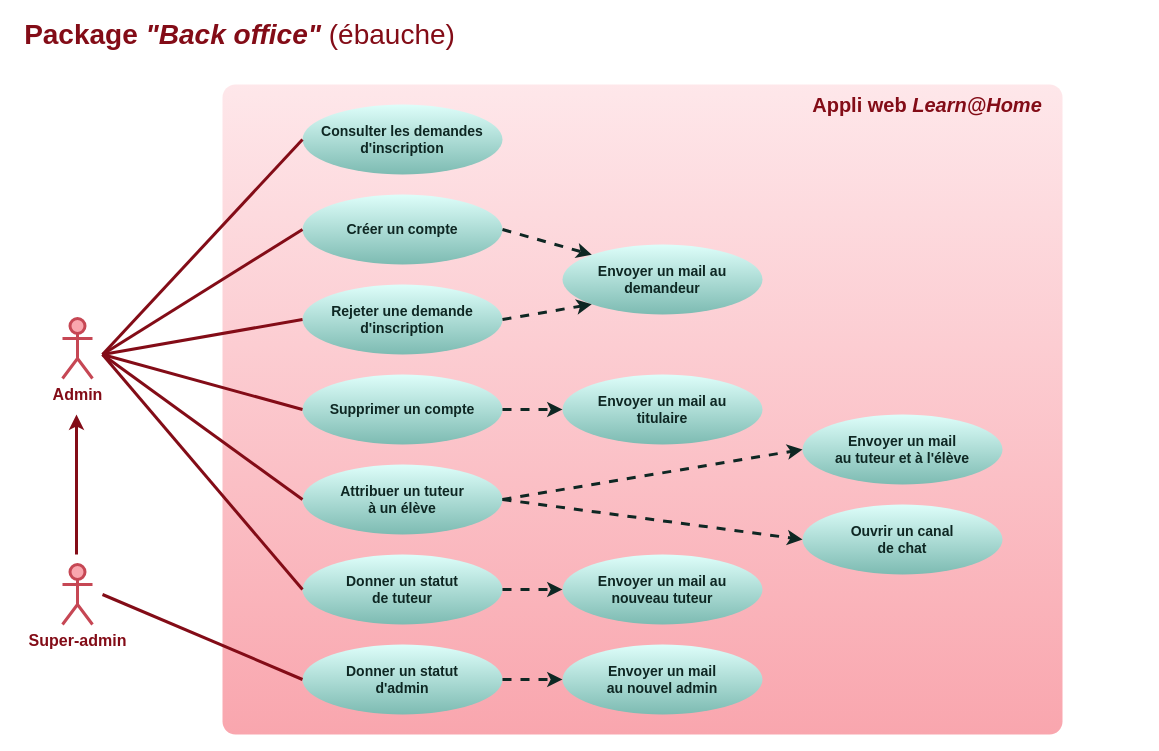
This is doc/use-cases-back-office.drawio from logic-fabric/LoicMangin_10_01052021, a draw.io file, before an edit. Source tidied: cells renumbered, new cells numbered last; positions are measured from the earlier drawing's top-left corner, leaving out a move shared by most shapes. Both pictures are drawn from the tidied source at 100%, with x=0, y=0 at pixel (17, 24).
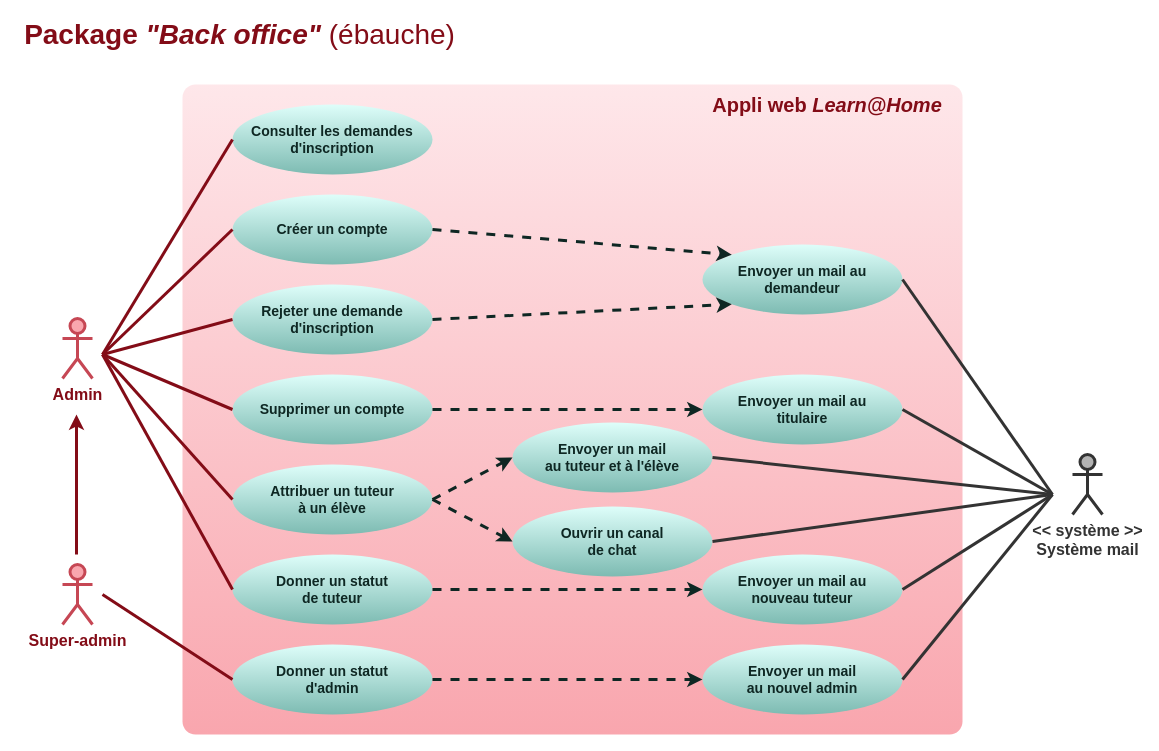
Above is the later version.

Commit message (it also covers changes not shown here):
doc: add << system mail >> on use cases diagrams

Change to the diagram source:
```diff
@@
     <mxCell id="3" style="rounded=1;whiteSpace=wrap;html=1;fontColor=#660000;strokeWidth=3;strokeColor=none;fillColor=#F9A6AE;gradientColor=#fee7ea;gradientDirection=north;arcSize=2;" parent="1" vertex="1">
-      <mxGeometry x="205" y="60" width="840" height="650" as="geometry" />
+      <mxGeometry x="165" y="60" width="780" height="650" as="geometry" />
     </mxCell>
@@
     <mxCell id="5" value="&lt;font color=&quot;#830c17&quot;&gt;&lt;span style=&quot;font-size: 20px&quot;&gt;&lt;b&gt;Appli web&lt;i&gt; Learn@Home&lt;/i&gt;&lt;/b&gt;&lt;/span&gt;&lt;/font&gt;" style="text;html=1;strokeColor=none;fillColor=none;align=center;verticalAlign=middle;whiteSpace=wrap;rounded=0;fontColor=#660000;" parent="1" vertex="1">
-      <mxGeometry x="785" y="70" width="250" height="20" as="geometry" />
+      <mxGeometry x="685" y="70" width="250" height="20" as="geometry" />
     </mxCell>
     <mxCell id="6" value="&lt;font style=&quot;font-size: 14px&quot;&gt;&lt;b&gt;Donner un statut &lt;br&gt;de tuteur&lt;br&gt;&lt;/b&gt;&lt;/font&gt;" style="ellipse;whiteSpace=wrap;html=1;rounded=1;strokeWidth=3;fontColor=#0e2723;strokeColor=none;fillColor=#defefa;gradientColor=#7dbbb2;" parent="1" vertex="1">
-      <mxGeometry x="285" y="530" width="200" height="70" as="geometry" />
+      <mxGeometry x="215" y="530" width="200" height="70" as="geometry" />
     </mxCell>
@@
     <mxCell id="8" value="&lt;font style=&quot;font-size: 14px&quot;&gt;&lt;b&gt;Attribuer un tuteur &lt;br&gt;à un élève&lt;br&gt;&lt;/b&gt;&lt;/font&gt;" style="ellipse;whiteSpace=wrap;html=1;rounded=1;strokeWidth=3;fontColor=#0e2723;strokeColor=none;fillColor=#defefa;gradientColor=#7dbbb2;" parent="1" vertex="1">
-      <mxGeometry x="285" y="440" width="200" height="70" as="geometry" />
+      <mxGeometry x="215" y="440" width="200" height="70" as="geometry" />
     </mxCell>
@@
     <mxCell id="10" value="&lt;font&gt;&lt;b&gt;&lt;font style=&quot;font-size: 14px&quot;&gt;Consulter les demandes d'inscription&lt;/font&gt;&lt;br&gt;&lt;/b&gt;&lt;/font&gt;" style="ellipse;whiteSpace=wrap;html=1;rounded=1;strokeWidth=3;fontColor=#0e2723;strokeColor=none;fillColor=#defefa;gradientColor=#7dbbb2;" parent="1" vertex="1">
-      <mxGeometry x="285" y="80" width="200" height="70" as="geometry" />
+      <mxGeometry x="215" y="80" width="200" height="70" as="geometry" />
     </mxCell>
     <mxCell id="11" value="&lt;font&gt;&lt;b&gt;&lt;font style=&quot;font-size: 14px&quot;&gt;Créer un compte&lt;/font&gt;&lt;br&gt;&lt;/b&gt;&lt;/font&gt;" style="ellipse;whiteSpace=wrap;html=1;rounded=1;strokeWidth=3;fontColor=#0e2723;strokeColor=none;fillColor=#defefa;gradientColor=#7dbbb2;" parent="1" vertex="1">
-      <mxGeometry x="285" y="170" width="200" height="70" as="geometry" />
+      <mxGeometry x="215" y="170" width="200" height="70" as="geometry" />
     </mxCell>
     <mxCell id="12" value="&lt;font&gt;&lt;b&gt;&lt;font style=&quot;font-size: 14px&quot;&gt;Envoyer un mail au demandeur&lt;/font&gt;&lt;br&gt;&lt;/b&gt;&lt;/font&gt;" style="ellipse;whiteSpace=wrap;html=1;rounded=1;strokeWidth=3;fontColor=#0e2723;strokeColor=none;fillColor=#defefa;gradientColor=#7dbbb2;" parent="1" vertex="1">
-      <mxGeometry x="545" y="220" width="200" height="70" as="geometry" />
+      <mxGeometry x="685" y="220" width="200" height="70" as="geometry" />
     </mxCell>
@@
     <mxCell id="14" value="&lt;font&gt;&lt;b&gt;&lt;font style=&quot;font-size: 14px&quot;&gt;Supprimer un compte&lt;/font&gt;&lt;br&gt;&lt;/b&gt;&lt;/font&gt;" style="ellipse;whiteSpace=wrap;html=1;rounded=1;strokeWidth=3;fontColor=#0e2723;strokeColor=none;fillColor=#defefa;gradientColor=#7dbbb2;" parent="1" vertex="1">
-      <mxGeometry x="285" y="350" width="200" height="70" as="geometry" />
+      <mxGeometry x="215" y="350" width="200" height="70" as="geometry" />
     </mxCell>
     <mxCell id="15" value="&lt;font&gt;&lt;b&gt;&lt;font style=&quot;font-size: 14px&quot;&gt;Envoyer un mail au &lt;br&gt;titulaire&lt;/font&gt;&lt;br&gt;&lt;/b&gt;&lt;/font&gt;" style="ellipse;whiteSpace=wrap;html=1;rounded=1;strokeWidth=3;fontColor=#0e2723;strokeColor=none;fillColor=#defefa;gradientColor=#7dbbb2;" parent="1" vertex="1">
-      <mxGeometry x="545" y="350" width="200" height="70" as="geometry" />
+      <mxGeometry x="685" y="350" width="200" height="70" as="geometry" />
     </mxCell>
@@
     <mxCell id="17" value="&lt;font style=&quot;font-size: 14px&quot;&gt;&lt;b&gt;Donner un statut&lt;br&gt;d'admin&lt;br&gt;&lt;/b&gt;&lt;/font&gt;" style="ellipse;whiteSpace=wrap;html=1;rounded=1;strokeWidth=3;fontColor=#0e2723;strokeColor=none;fillColor=#defefa;gradientColor=#7dbbb2;" parent="1" vertex="1">
-      <mxGeometry x="285" y="620" width="200" height="70" as="geometry" />
+      <mxGeometry x="215" y="620" width="200" height="70" as="geometry" />
     </mxCell>
     <mxCell id="18" value="&lt;font&gt;&lt;b&gt;&lt;font style=&quot;font-size: 14px&quot;&gt;Envoyer un mail &lt;br&gt;au tuteur et à l'élève&lt;/font&gt;&lt;br&gt;&lt;/b&gt;&lt;/font&gt;" style="ellipse;whiteSpace=wrap;html=1;rounded=1;strokeWidth=3;fontColor=#0e2723;strokeColor=none;fillColor=#defefa;gradientColor=#7dbbb2;" parent="1" vertex="1">
-      <mxGeometry x="785" y="390" width="200" height="70" as="geometry" />
+      <mxGeometry x="495" y="398" width="200" height="70" as="geometry" />
     </mxCell>
     <mxCell id="19" value="&lt;font style=&quot;font-size: 14px&quot;&gt;&lt;b&gt;Envoyer un mail au&lt;br&gt;nouveau tuteur&lt;br&gt;&lt;/b&gt;&lt;/font&gt;" style="ellipse;whiteSpace=wrap;html=1;rounded=1;strokeWidth=3;fontColor=#0e2723;strokeColor=none;fillColor=#defefa;gradientColor=#7dbbb2;" parent="1" vertex="1">
-      <mxGeometry x="545" y="530" width="200" height="70" as="geometry" />
+      <mxGeometry x="685" y="530" width="200" height="70" as="geometry" />
     </mxCell>
     <mxCell id="20" value="&lt;font&gt;&lt;b&gt;&lt;font style=&quot;font-size: 14px&quot;&gt;Envoyer un mail &lt;br&gt;au nouvel admin&lt;/font&gt;&lt;br&gt;&lt;/b&gt;&lt;/font&gt;" style="ellipse;whiteSpace=wrap;html=1;rounded=1;strokeWidth=3;fontColor=#0e2723;strokeColor=none;fillColor=#defefa;gradientColor=#7dbbb2;" parent="1" vertex="1">
-      <mxGeometry x="545" y="620" width="200" height="70" as="geometry" />
+      <mxGeometry x="685" y="620" width="200" height="70" as="geometry" />
     </mxCell>
@@
     <mxCell id="29" value="&lt;font style=&quot;font-size: 14px&quot;&gt;&lt;b&gt;Ouvrir un canal&lt;br&gt;de chat&lt;br&gt;&lt;/b&gt;&lt;/font&gt;" style="ellipse;whiteSpace=wrap;html=1;rounded=1;strokeWidth=3;fontColor=#0e2723;strokeColor=none;fillColor=#defefa;gradientColor=#7dbbb2;" parent="1" vertex="1">
-      <mxGeometry x="785" y="480" width="200" height="70" as="geometry" />
+      <mxGeometry x="495" y="482" width="200" height="70" as="geometry" />
     </mxCell>
@@
     <mxCell id="31" value="&lt;font style=&quot;font-size: 14px&quot;&gt;&lt;b&gt;&lt;font style=&quot;font-size: 14px&quot;&gt;Rejeter une demande&lt;br&gt;&lt;/font&gt;d'inscription&lt;br&gt;&lt;/b&gt;&lt;/font&gt;" style="ellipse;whiteSpace=wrap;html=1;rounded=1;strokeWidth=3;fontColor=#0e2723;strokeColor=none;fillColor=#defefa;gradientColor=#7dbbb2;" parent="1" vertex="1">
-      <mxGeometry x="285" y="260" width="200" height="70" as="geometry" />
+      <mxGeometry x="215" y="260" width="200" height="70" as="geometry" />
     </mxCell>
@@
+    <mxCell id="35" value="&lt;font style=&quot;font-size: 16px&quot;&gt;&amp;lt;&amp;lt; système &amp;gt;&amp;gt;&lt;br&gt;Système mail&lt;br&gt;&lt;/font&gt;" style="shape=umlActor;verticalLabelPosition=bottom;verticalAlign=top;html=1;strokeWidth=3;fontStyle=1;fontColor=#333333;fillColor=#B3B3B3;strokeColor=#333333;" parent="1" vertex="1">
+      <mxGeometry x="1055" y="430" width="30" height="60" as="geometry" />
+    </mxCell>
+    <mxCell id="36" style="endArrow=none;html=1;fontColor=#0e2723;strokeWidth=3;entryX=1;entryY=0.5;entryDx=0;entryDy=0;strokeColor=#333333;" parent="1" edge="1" target="12">
+      <mxGeometry relative="1" as="geometry">
+        <mxPoint x="1035" y="470" as="sourcePoint" />
+      </mxGeometry>
+    </mxCell>
+    <mxCell id="37" style="endArrow=none;html=1;fontColor=#0e2723;strokeWidth=3;entryX=1;entryY=0.5;entryDx=0;entryDy=0;strokeColor=#333333;" parent="1" edge="1" target="19">
+      <mxGeometry relative="1" as="geometry">
+        <mxPoint x="1035" y="470" as="sourcePoint" />
+      </mxGeometry>
+    </mxCell>
+    <mxCell id="38" style="endArrow=none;html=1;fontColor=#0e2723;strokeWidth=3;entryX=1;entryY=0.5;entryDx=0;entryDy=0;strokeColor=#333333;" parent="1" edge="1" target="15">
+      <mxGeometry relative="1" as="geometry">
+        <mxPoint x="1035" y="470" as="sourcePoint" />
+      </mxGeometry>
+    </mxCell>
+    <mxCell id="39" style="endArrow=none;html=1;fontColor=#0e2723;strokeWidth=3;entryX=1;entryY=0.5;entryDx=0;entryDy=0;strokeColor=#333333;" parent="1" edge="1" target="20">
+      <mxGeometry relative="1" as="geometry">
+        <mxPoint x="1035" y="470" as="sourcePoint" />
+      </mxGeometry>
+    </mxCell>
+    <mxCell id="40" style="endArrow=none;html=1;fontColor=#0e2723;strokeWidth=3;entryX=1;entryY=0.5;entryDx=0;entryDy=0;strokeColor=#333333;" parent="1" edge="1" target="18">
+      <mxGeometry relative="1" as="geometry">
+        <mxPoint x="1035" y="470" as="sourcePoint" />
+      </mxGeometry>
+    </mxCell>
+    <mxCell id="41" style="endArrow=none;html=1;fontColor=#0e2723;strokeWidth=3;entryX=1;entryY=0.5;entryDx=0;entryDy=0;strokeColor=#333333;" parent="1" edge="1" target="29">
+      <mxGeometry relative="1" as="geometry">
+        <mxPoint x="1035" y="470" as="sourcePoint" />
+      </mxGeometry>
+    </mxCell>
```
